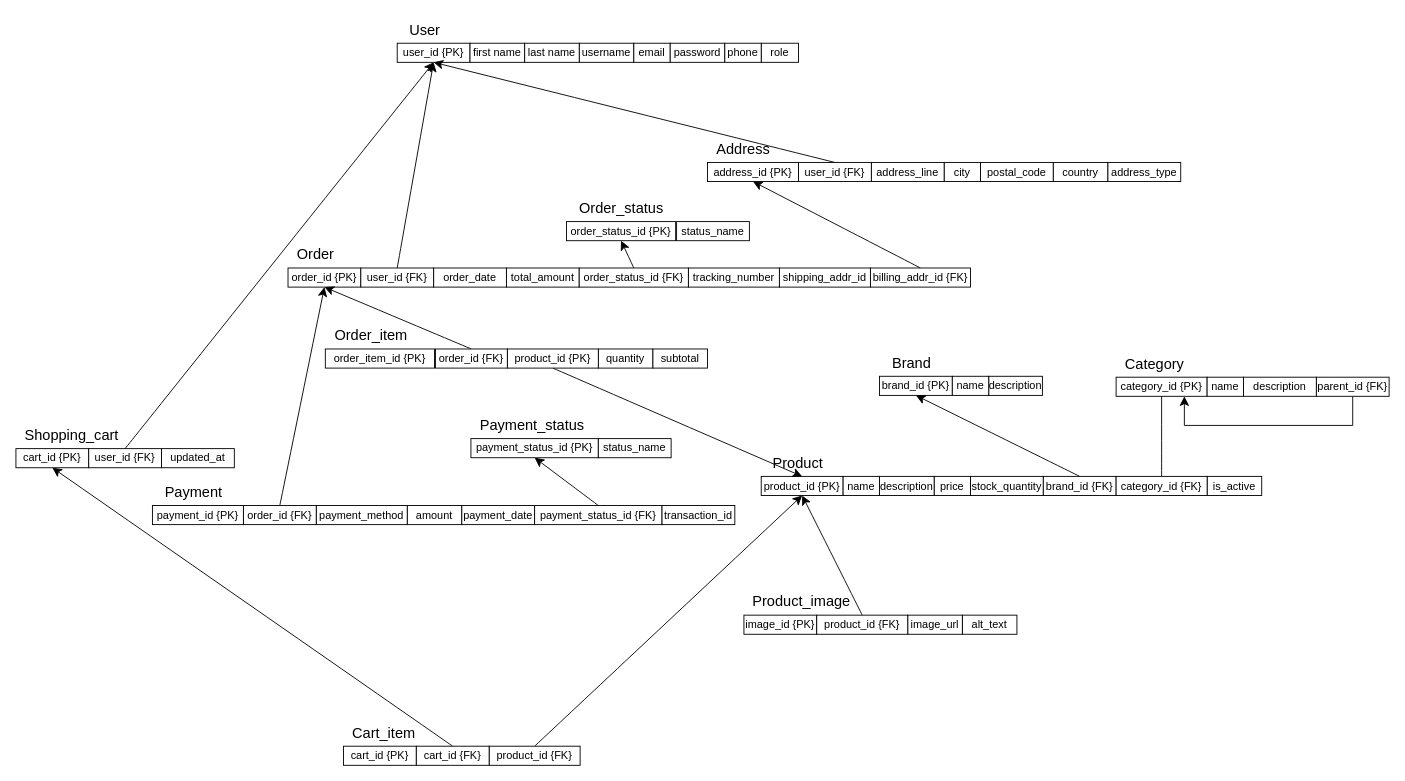
Above: diagrams/Logical_model.drawio in magndy/IDATG2024-grp-06 (draw.io), before the change. Source tidied: cells renumbered, new cells numbered last; positions are measured from the earlier drawing's top-left corner, leaving out a move shared by most shapes. Both pictures are drawn from the tidied source at 91%, with x=0, y=0 at pixel (15, 15).
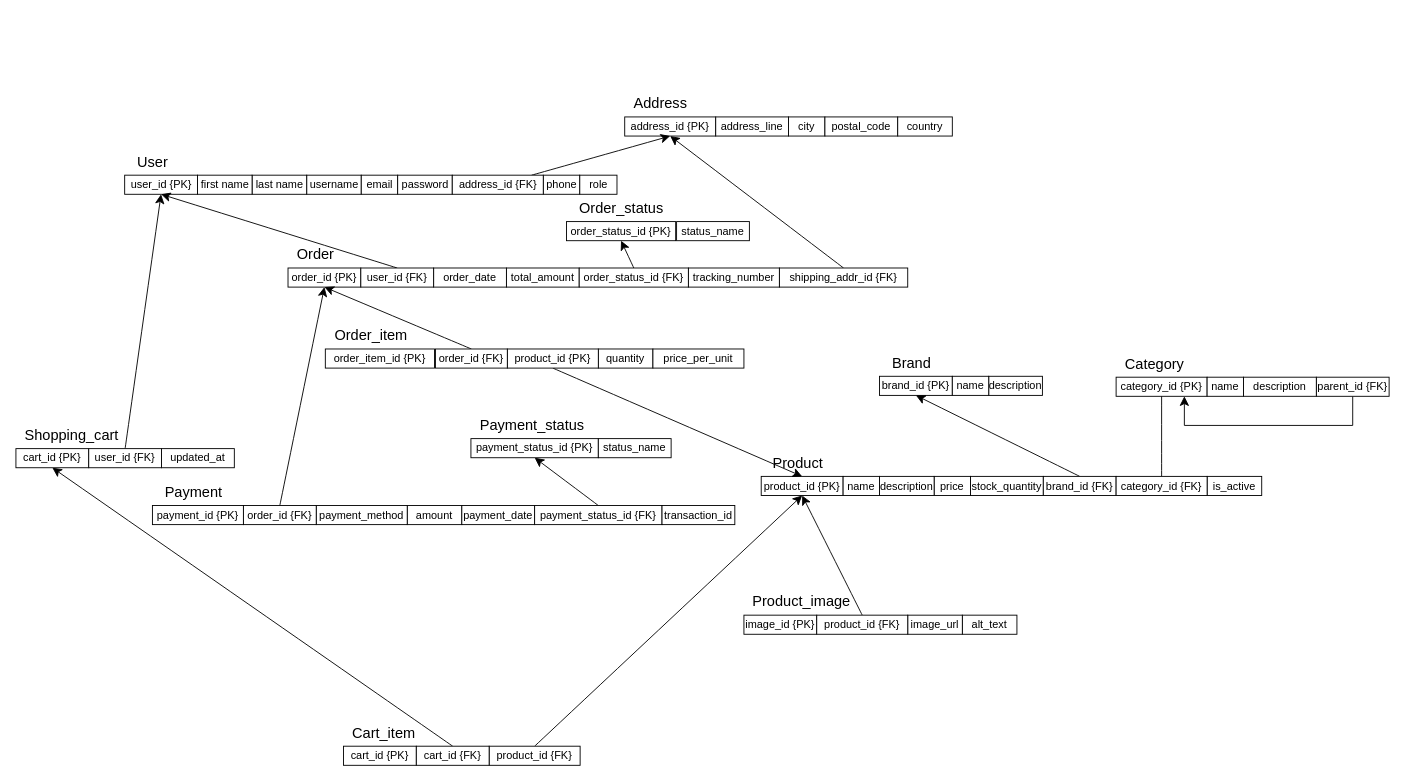
The same page after the edit.

Commit message (it also covers changes not shown here):
Updated logical model + 1NF - BCNF

Diff of the diagram source:
```diff
@@
     <mxCell id="4" value="Address" style="text;html=1;align=center;verticalAlign=middle;strokeColor=none;fillColor=none;fontSize=16;" parent="1" vertex="1">
-      <mxGeometry x="760" y="130" width="77" height="31" as="geometry" />
+      <mxGeometry x="669" y="80" width="77" height="31" as="geometry" />
     </mxCell>
@@
     <mxCell id="8" value="user_id {PK}" style="rounded=0;whiteSpace=wrap;html=1;" parent="1" vertex="1">
-      <mxGeometry x="419" y="30" width="80" height="21" as="geometry" />
+      <mxGeometry x="119.5" y="175" width="80" height="21" as="geometry" />
     </mxCell>
     <mxCell id="9" value="User" style="text;html=1;align=center;verticalAlign=middle;strokeColor=none;fillColor=none;fontSize=16;" parent="1" vertex="1">
-      <mxGeometry x="419" width="60" height="30" as="geometry" />
+      <mxGeometry x="119.5" y="145" width="60" height="30" as="geometry" />
     </mxCell>
     <mxCell id="10" value="username" style="rounded=0;whiteSpace=wrap;html=1;" parent="1" vertex="1">
-      <mxGeometry x="619" y="30" width="60" height="21" as="geometry" />
+      <mxGeometry x="319.5" y="175" width="60" height="21" as="geometry" />
     </mxCell>
     <mxCell id="11" value="email" style="rounded=0;whiteSpace=wrap;html=1;" parent="1" vertex="1">
-      <mxGeometry x="679" y="30" width="40" height="21" as="geometry" />
+      <mxGeometry x="379.5" y="175" width="40" height="21" as="geometry" />
     </mxCell>
     <mxCell id="12" value="role" style="rounded=0;whiteSpace=wrap;html=1;" parent="1" vertex="1">
-      <mxGeometry x="819" y="30" width="41" height="21" as="geometry" />
+      <mxGeometry x="619.5" y="175" width="41" height="21" as="geometry" />
     </mxCell>
     <mxCell id="13" value="password" style="rounded=0;whiteSpace=wrap;html=1;" parent="1" vertex="1">
-      <mxGeometry x="719" y="30" width="60" height="21" as="geometry" />
+      <mxGeometry x="419.5" y="175" width="60" height="21" as="geometry" />
     </mxCell>
     <mxCell id="14" value="phone" style="rounded=0;whiteSpace=wrap;html=1;" parent="1" vertex="1">
-      <mxGeometry x="779" y="30" width="40" height="21" as="geometry" />
+      <mxGeometry x="579.5" y="175" width="40" height="21" as="geometry" />
     </mxCell>
     <mxCell id="15" value="last name" style="rounded=0;whiteSpace=wrap;html=1;" parent="1" vertex="1">
-      <mxGeometry x="559" y="30" width="60" height="21" as="geometry" />
+      <mxGeometry x="259.5" y="175" width="60" height="21" as="geometry" />
     </mxCell>
     <mxCell id="16" value="first name" style="rounded=0;whiteSpace=wrap;html=1;" parent="1" vertex="1">
-      <mxGeometry x="499" y="30" width="60" height="21" as="geometry" />
+      <mxGeometry x="199.5" y="175" width="60" height="21" as="geometry" />
     </mxCell>
@@
-    <mxCell id="38" style="edgeStyle=none;curved=1;rounded=0;jettySize=auto;html=1;exitX=0.5;exitY=0;exitDx=0;exitDy=0;entryX=0.5;entryY=1;entryDx=0;entryDy=0;fontSize=12;startSize=8;endSize=8;" parent="1" edge="1" source="39" target="72">
+    <mxCell id="38" style="edgeStyle=none;curved=1;rounded=0;jettySize=auto;html=1;exitX=0.5;exitY=0;exitDx=0;exitDy=0;entryX=0.5;entryY=1;entryDx=0;entryDy=0;fontSize=12;startSize=8;endSize=8;" parent="1" edge="1" source="40" target="72">
       <mxGeometry relative="1" as="geometry" />
     </mxCell>
-    <mxCell id="39" value="billing_addr_id {FK}" style="rounded=0;whiteSpace=wrap;html=1;" parent="1" vertex="1">
-      <mxGeometry x="939" y="277" width="110" height="21" as="geometry" />
-    </mxCell>
-    <mxCell id="40" value="shipping_addr_id" style="rounded=0;whiteSpace=wrap;html=1;" parent="1" vertex="1">
-      <mxGeometry x="839" y="277" width="100" height="21" as="geometry" />
+    <mxCell id="40" value="shipping_addr_id {FK}" style="rounded=0;whiteSpace=wrap;html=1;" parent="1" vertex="1">
+      <mxGeometry x="839" y="277" width="141" height="21" as="geometry" />
     </mxCell>
@@
-    <mxCell id="47" value="subtotal" style="rounded=0;whiteSpace=wrap;html=1;" parent="1" vertex="1">
-      <mxGeometry x="700" y="366" width="60" height="21" as="geometry" />
+    <mxCell id="47" value="&lt;span style=&quot;text-align: left;&quot;&gt;price_per_unit&lt;/span&gt;" style="rounded=0;whiteSpace=wrap;html=1;" parent="1" vertex="1">
+      <mxGeometry x="700" y="366" width="100" height="21" as="geometry" />
     </mxCell>
@@
     <mxCell id="72" value="address_id {PK}" style="rounded=0;whiteSpace=wrap;html=1;" parent="1" vertex="1">
-      <mxGeometry x="760" y="161" width="100" height="21" as="geometry" />
+      <mxGeometry x="669" y="111" width="100" height="21" as="geometry" />
     </mxCell>
     <mxCell id="73" value="city" style="rounded=0;whiteSpace=wrap;html=1;" parent="1" vertex="1">
-      <mxGeometry x="1020" y="161" width="40" height="21" as="geometry" />
+      <mxGeometry x="849" y="111" width="40" height="21" as="geometry" />
     </mxCell>
     <mxCell id="74" value="postal_code" style="rounded=0;whiteSpace=wrap;html=1;" parent="1" vertex="1">
-      <mxGeometry x="1060" y="161" width="80" height="21" as="geometry" />
+      <mxGeometry x="889" y="111" width="80" height="21" as="geometry" />
     </mxCell>
     <mxCell id="75" value="country" style="rounded=0;whiteSpace=wrap;html=1;" parent="1" vertex="1">
-      <mxGeometry x="1140" y="161" width="60" height="21" as="geometry" />
+      <mxGeometry x="969" y="111" width="60" height="21" as="geometry" />
     </mxCell>
-    <mxCell id="76" value="address_type" style="rounded=0;whiteSpace=wrap;html=1;" parent="1" vertex="1">
-      <mxGeometry x="1200" y="161" width="80" height="21" as="geometry" />
-    </mxCell>
     <mxCell id="77" value="address_line" style="rounded=0;whiteSpace=wrap;html=1;" parent="1" vertex="1">
-      <mxGeometry x="940" y="161" width="80" height="21" as="geometry" />
+      <mxGeometry x="769" y="111" width="80" height="21" as="geometry" />
     </mxCell>
-    <mxCell id="78" style="edgeStyle=none;curved=1;rounded=0;jettySize=auto;html=1;exitX=0.5;exitY=0;exitDx=0;exitDy=0;entryX=0.5;entryY=1;entryDx=0;entryDy=0;fontSize=12;startSize=8;endSize=8;" parent="1" edge="1" source="79" target="8">
-      <mxGeometry relative="1" as="geometry" />
-    </mxCell>
-    <mxCell id="79" value="user_id {FK}" style="rounded=0;whiteSpace=wrap;html=1;" parent="1" vertex="1">
-      <mxGeometry x="860" y="161" width="80" height="21" as="geometry" />
-    </mxCell>
@@
+    <mxCell id="94" style="edgeStyle=none;curved=1;rounded=0;jettySize=auto;html=1;entryX=0.5;entryY=1;entryDx=0;entryDy=0;fontSize=12;startSize=8;endSize=8;" parent="1" edge="1" source="95" target="72">
+      <mxGeometry relative="1" as="geometry" />
+    </mxCell>
+    <mxCell id="95" value="address_id {FK}" style="rounded=0;whiteSpace=wrap;html=1;" parent="1" vertex="1">
+      <mxGeometry x="479.5" y="175" width="100" height="21" as="geometry" />
+    </mxCell>
```
